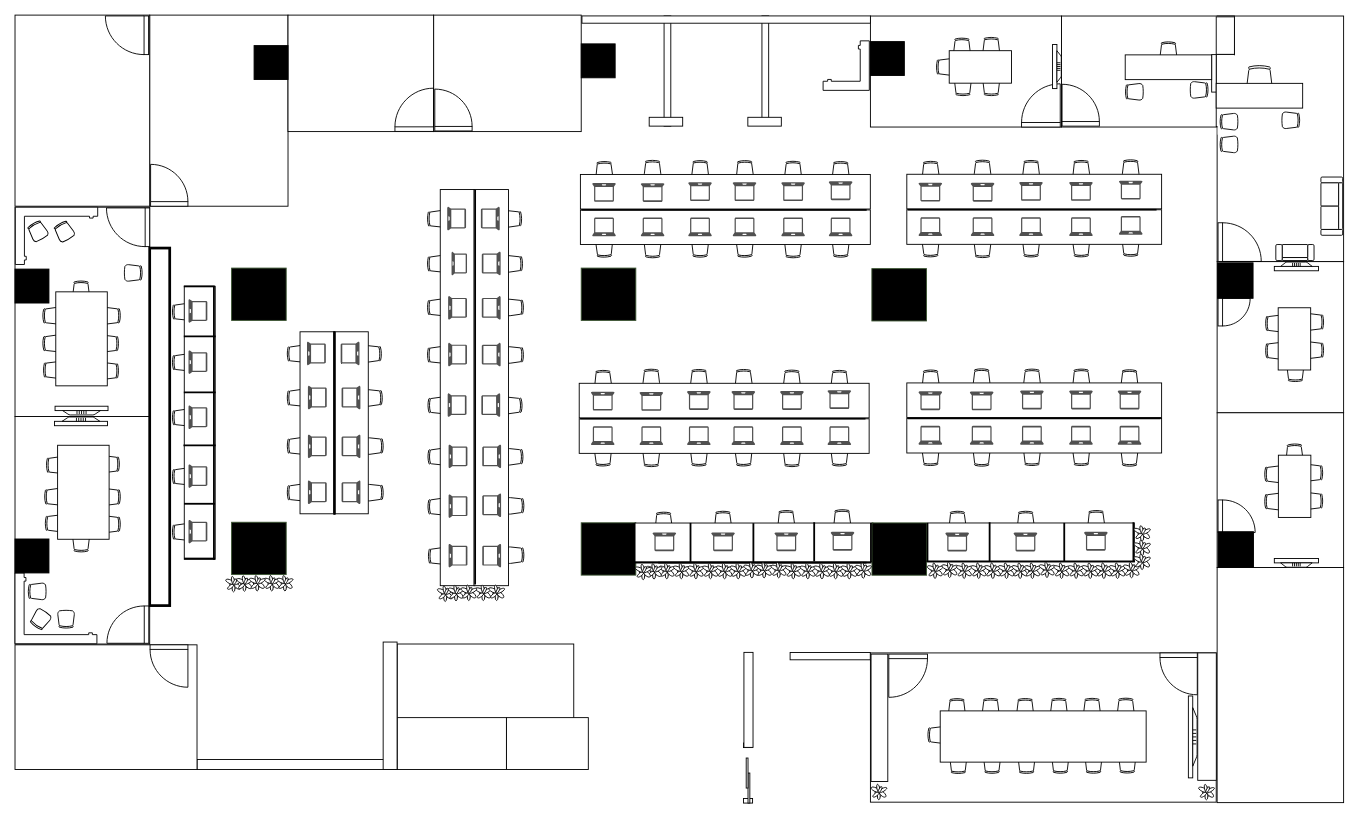
Before: Floor laout.drawio in Bagay-0037/visuals, a draw.io diagram. Source tidied: cells renumbered, new cells numbered last; positions are measured from the earlier drawing's top-left corner, leaving out a move shared by most shapes. Both pictures are drawn from the tidied source at 91%, with x=0, y=0 at pixel (15, 15).
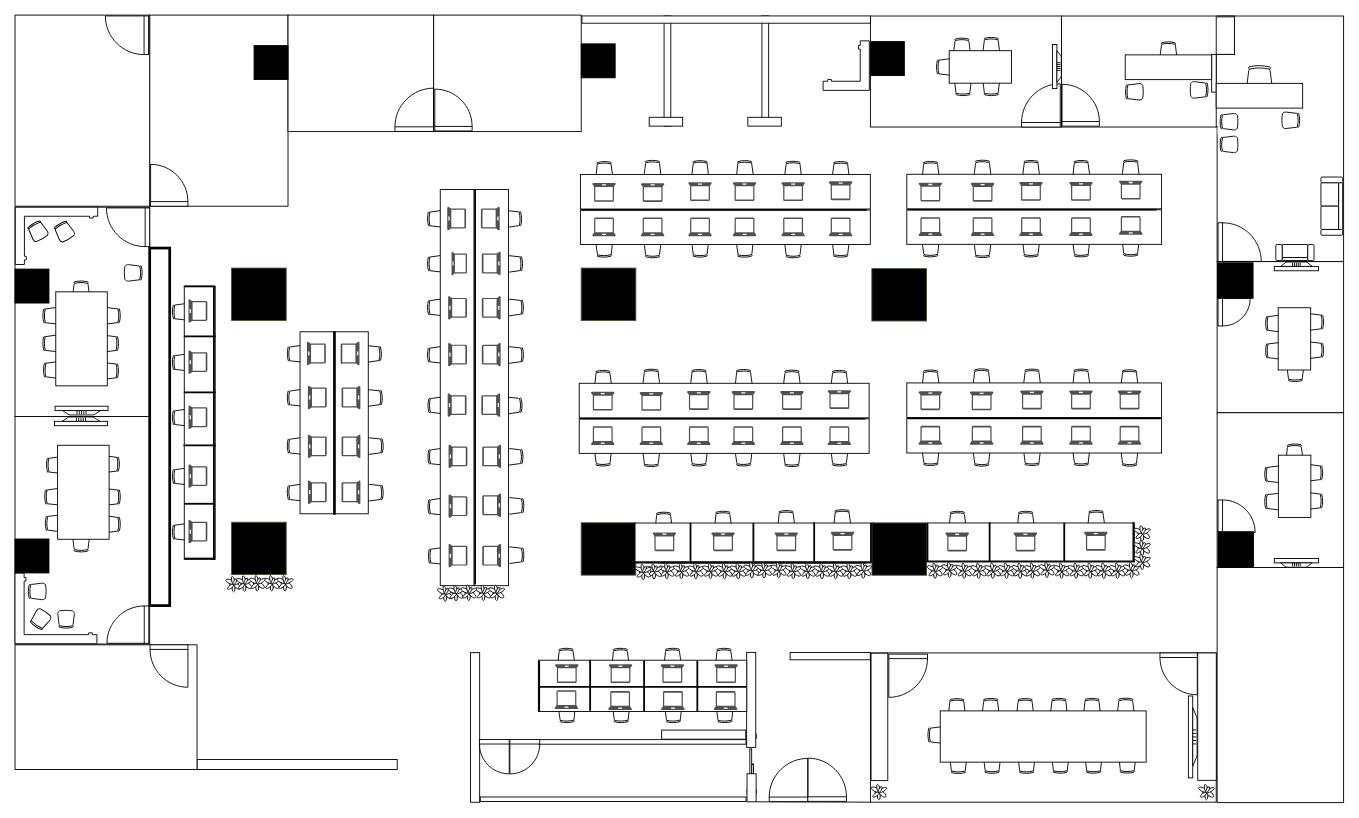
After the change.

The change refers to these unchanged cells:
```xml
<mxCell id="315" style="rounded=0;whiteSpace=wrap;html=1;" parent="1" vertex="1">
  <mxGeometry x="940" y="701" width="380" height="164" as="geometry" />
</mxCell>
```

Diff of the diagram source:
```diff
@@
+    <mxCell id="386" style="verticalLabelPosition=bottom;html=1;verticalAlign=top;align=center;shape=mxgraph.floorplan.office_chair;rotation=-91;flipH=1;legacyAnchorPoints=0;direction=south;flipV=0;" parent="1" vertex="1">
+      <mxGeometry x="596.5" y="758.6" width="20" height="18.6" as="geometry" />
+    </mxCell>
+    <mxCell id="387" style="verticalLabelPosition=bottom;html=1;verticalAlign=top;align=center;shape=mxgraph.floorplan.office_chair;rotation=-91;flipH=1;legacyAnchorPoints=0;direction=south;flipV=0;" parent="1" vertex="1">
+      <mxGeometry x="656.1" y="758.6" width="20" height="18.6" as="geometry" />
+    </mxCell>
+    <mxCell id="388" style="verticalLabelPosition=bottom;html=1;verticalAlign=top;align=center;shape=mxgraph.floorplan.office_chair;rotation=-91;flipH=1;legacyAnchorPoints=0;direction=south;flipV=0;" parent="1" vertex="1">
+      <mxGeometry x="713.4" y="758.6" width="20" height="18.6" as="geometry" />
+    </mxCell>
+    <mxCell id="389" style="verticalLabelPosition=bottom;html=1;verticalAlign=top;align=center;shape=mxgraph.floorplan.office_chair;rotation=-91;flipH=1;legacyAnchorPoints=0;direction=south;flipV=0;" parent="1" vertex="1">
+      <mxGeometry x="770" y="758.6" width="20" height="18.6" as="geometry" />
+    </mxCell>
+    <mxCell id="390" style="verticalLabelPosition=bottom;html=1;verticalAlign=top;align=center;shape=mxgraph.floorplan.office_chair;rotation=-91;flipH=0;legacyAnchorPoints=0;direction=south;flipV=0;" parent="1" vertex="1">
+      <mxGeometry x="595.7" y="696.3" width="20" height="18.6" as="geometry" />
+    </mxCell>
+    <mxCell id="391" style="verticalLabelPosition=bottom;html=1;verticalAlign=top;align=center;shape=mxgraph.floorplan.office_chair;rotation=-91;flipH=0;legacyAnchorPoints=0;direction=south;flipV=0;" parent="1" vertex="1">
+      <mxGeometry x="655.3" y="696.3" width="20" height="18.6" as="geometry" />
+    </mxCell>
+    <mxCell id="392" style="verticalLabelPosition=bottom;html=1;verticalAlign=top;align=center;shape=mxgraph.floorplan.office_chair;rotation=-91;flipH=0;legacyAnchorPoints=0;direction=south;flipV=0;" parent="1" vertex="1">
+      <mxGeometry x="712.6" y="696.3" width="20" height="18.6" as="geometry" />
+    </mxCell>
+    <mxCell id="393" style="verticalLabelPosition=bottom;html=1;verticalAlign=top;align=center;shape=mxgraph.floorplan.office_chair;rotation=-91;flipH=0;legacyAnchorPoints=0;direction=south;flipV=0;" parent="1" vertex="1">
+      <mxGeometry x="769.1" y="696.3" width="20" height="18.6" as="geometry" />
+    </mxCell>
@@
-    <mxCell id="43" style="rounded=0;whiteSpace=wrap;html=1;" parent="1" vertex="1">
-      <mxGeometry x="420" y="691.2" width="194" height="130.9" as="geometry" />
-    </mxCell>
@@
-    <mxCell id="53" style="rounded=0;whiteSpace=wrap;html=1;" parent="1" vertex="1">
-      <mxGeometry x="540" y="772.1" width="90" height="57" as="geometry" />
-    </mxCell>
-    <mxCell id="54" style="rounded=0;whiteSpace=wrap;html=1;" parent="1" vertex="1">
-      <mxGeometry x="420" y="772.1" width="120" height="57" as="geometry" />
-    </mxCell>
@@
     <mxCell id="60" style="rounded=0;whiteSpace=wrap;html=1;direction=west;rotation=90;" parent="1" vertex="1">
-      <mxGeometry x="342.2" y="751.4" width="140" height="15.3" as="geometry" />
+      <mxGeometry x="423.4" y="777.9" width="164.4" height="10" as="geometry" />
     </mxCell>
@@
     <mxCell id="319" style="rounded=0;whiteSpace=wrap;html=1;direction=north;" parent="1" vertex="1">
-      <mxGeometry x="940.7" y="702.3" width="18.4" height="140" as="geometry" />
+      <mxGeometry x="940.7" y="701.3" width="18.4" height="140" as="geometry" />
     </mxCell>
@@
     <mxCell id="384" style="verticalLabelPosition=bottom;html=1;verticalAlign=top;align=center;shape=mxgraph.floorplan.doorSlidingGlass;dx=0.25;rotation=-180;direction=south;" parent="1" vertex="1">
-      <mxGeometry x="801" y="800" width="9" height="66" as="geometry" />
+      <mxGeometry x="805" y="790" width="9" height="66" as="geometry" />
     </mxCell>
     <mxCell id="385" style="rounded=0;whiteSpace=wrap;html=1;direction=west;rotation=90;" parent="1" vertex="1">
-      <mxGeometry x="753.8" y="747.6" width="104.4" height="10" as="geometry" />
+      <mxGeometry x="756.8" y="747.6" width="104.4" height="10" as="geometry" />
     </mxCell>
+    <mxCell id="394" style="rounded=0;whiteSpace=wrap;html=1;direction=west;rotation=90;" parent="1" vertex="1">
+      <mxGeometry x="794" y="844.2" width="30.8" height="10" as="geometry" />
+    </mxCell>
+    <mxCell id="395" style="rounded=0;whiteSpace=wrap;html=1;" parent="1" vertex="1">
+      <mxGeometry x="850" y="811" width="120" as="geometry" />
+    </mxCell>
+    <mxCell id="396" style="endArrow=none;html=1;rounded=0;entryX=0;entryY=1;entryDx=0;entryDy=0;exitX=0;exitY=1;exitDx=0;exitDy=0;" parent="1" edge="1" source="394" target="315">
+      <mxGeometry relative="1" as="geometry" />
+    </mxCell>
+    <mxCell id="397" style="verticalLabelPosition=bottom;html=1;verticalAlign=top;align=center;shape=mxgraph.floorplan.doorLeft;direction=west;" parent="1" vertex="1">
+      <mxGeometry x="828.8" y="819.3" width="42.5" height="45.1" as="geometry" />
+    </mxCell>
+    <mxCell id="398" style="verticalLabelPosition=bottom;html=1;verticalAlign=top;align=center;shape=mxgraph.floorplan.doorRight;direction=west;" parent="1" vertex="1">
+      <mxGeometry x="871.2" y="819" width="42.5" height="45.1" as="geometry" />
+    </mxCell>
+    <mxCell id="399" style="rounded=0;whiteSpace=wrap;html=1;direction=north;rotation=90;" parent="1" vertex="1">
+      <mxGeometry x="686.8" y="684.8" width="5" height="228" as="geometry" />
+    </mxCell>
+    <mxCell id="400" style="rounded=0;whiteSpace=wrap;html=1;direction=north;rotation=90;" parent="1" vertex="1">
+      <mxGeometry x="661.4" y="622.7" width="56.4" height="229" as="geometry" />
+    </mxCell>
+    <mxCell id="401" style="line;strokeWidth=2;direction=north;html=1;rotation=-180;flipH=1;legacyAnchorPoints=0;flipV=1;" parent="1" vertex="1">
+      <mxGeometry x="744.8" y="709.6" width="10" height="56" as="geometry" />
+    </mxCell>
+    <mxCell id="402" style="line;strokeWidth=2;direction=north;html=1;rotation=-180;flipH=1;legacyAnchorPoints=0;flipV=1;" parent="1" vertex="1">
+      <mxGeometry x="686.3" y="709.3" width="10" height="56" as="geometry" />
+    </mxCell>
+    <mxCell id="403" style="line;strokeWidth=2;direction=north;html=1;rotation=-180;flipH=1;legacyAnchorPoints=0;flipV=1;" parent="1" vertex="1">
+      <mxGeometry x="627" y="708.6" width="10" height="56" as="geometry" />
+    </mxCell>
+    <mxCell id="404" style="line;strokeWidth=2;direction=north;html=1;rotation=-180;flipH=1;legacyAnchorPoints=0;flipV=1;" parent="1" vertex="1">
+      <mxGeometry x="571" y="709.6" width="10" height="56" as="geometry" />
+    </mxCell>
+    <mxCell id="405" style="line;strokeWidth=2;direction=east;html=1;rotation=-180;flipH=1;legacyAnchorPoints=0;flipV=1;" parent="1" vertex="1">
+      <mxGeometry x="576" y="733.3" width="228" height="10" as="geometry" />
+    </mxCell>
+    <mxCell id="406" style="sketch=0;shadow=0;dashed=0;html=1;strokeColor=none;fillColor=#505050;labelPosition=center;verticalLabelPosition=bottom;verticalAlign=top;align=center;shape=mxgraph.office.devices.laptop;rotation=90;flipH=0;legacyAnchorPoints=0;direction=south;flipV=0;" parent="1" vertex="1">
+      <mxGeometry x="596" y="710.8" width="20.7" height="26" as="geometry" />
+    </mxCell>
+    <mxCell id="407" style="sketch=0;shadow=0;dashed=0;html=1;strokeColor=none;fillColor=#505050;labelPosition=center;verticalLabelPosition=bottom;verticalAlign=top;align=center;shape=mxgraph.office.devices.laptop;rotation=90;flipH=0;legacyAnchorPoints=0;direction=south;flipV=0;" parent="1" vertex="1">
+      <mxGeometry x="655" y="710.8" width="20.7" height="26" as="geometry" />
+    </mxCell>
+    <mxCell id="408" style="sketch=0;shadow=0;dashed=0;html=1;strokeColor=none;fillColor=#505050;labelPosition=center;verticalLabelPosition=bottom;verticalAlign=top;align=center;shape=mxgraph.office.devices.laptop;rotation=90;flipH=0;legacyAnchorPoints=0;direction=south;flipV=0;" parent="1" vertex="1">
+      <mxGeometry x="712" y="710.8" width="20.7" height="26" as="geometry" />
+    </mxCell>
+    <mxCell id="409" style="sketch=0;shadow=0;dashed=0;html=1;strokeColor=none;fillColor=#505050;labelPosition=center;verticalLabelPosition=bottom;verticalAlign=top;align=center;shape=mxgraph.office.devices.laptop;rotation=90;flipH=0;legacyAnchorPoints=0;direction=south;flipV=0;" parent="1" vertex="1">
+      <mxGeometry x="771" y="710.8" width="20.7" height="26" as="geometry" />
+    </mxCell>
+    <mxCell id="410" style="sketch=0;shadow=0;dashed=0;html=1;strokeColor=none;fillColor=#505050;labelPosition=center;verticalLabelPosition=bottom;verticalAlign=top;align=center;shape=mxgraph.office.devices.laptop;rotation=90;flipH=1;legacyAnchorPoints=0;direction=south;flipV=0;" parent="1" vertex="1">
+      <mxGeometry x="595.6" y="739.3" width="20.7" height="26" as="geometry" />
+    </mxCell>
+    <mxCell id="411" style="sketch=0;shadow=0;dashed=0;html=1;strokeColor=none;fillColor=#505050;labelPosition=center;verticalLabelPosition=bottom;verticalAlign=top;align=center;shape=mxgraph.office.devices.laptop;rotation=90;flipH=1;legacyAnchorPoints=0;direction=south;flipV=0;" parent="1" vertex="1">
+      <mxGeometry x="654.6" y="740.3" width="20.7" height="26" as="geometry" />
+    </mxCell>
+    <mxCell id="412" style="sketch=0;shadow=0;dashed=0;html=1;strokeColor=none;fillColor=#505050;labelPosition=center;verticalLabelPosition=bottom;verticalAlign=top;align=center;shape=mxgraph.office.devices.laptop;rotation=90;flipH=1;legacyAnchorPoints=0;direction=south;flipV=0;" parent="1" vertex="1">
+      <mxGeometry x="712.6" y="740.3" width="20.7" height="26" as="geometry" />
+    </mxCell>
+    <mxCell id="413" style="sketch=0;shadow=0;dashed=0;html=1;strokeColor=none;fillColor=#505050;labelPosition=center;verticalLabelPosition=bottom;verticalAlign=top;align=center;shape=mxgraph.office.devices.laptop;rotation=90;flipH=1;legacyAnchorPoints=0;direction=south;flipV=0;" parent="1" vertex="1">
+      <mxGeometry x="770.6" y="740.3" width="20.7" height="26" as="geometry" />
+    </mxCell>
+    <mxCell id="414" style="rounded=0;whiteSpace=wrap;html=1;direction=north;rotation=90;" parent="1" vertex="1">
+      <mxGeometry x="751.8" y="744.6" width="10" height="92.4" as="geometry" />
+    </mxCell>
+    <mxCell id="415" style="verticalLabelPosition=bottom;html=1;verticalAlign=top;align=center;shape=mxgraph.floorplan.doorLeft;direction=west;rotation=-180;" parent="1" vertex="1">
+      <mxGeometry x="543.8" y="796.1" width="32.8" height="34.9" as="geometry" />
+    </mxCell>
+    <mxCell id="416" style="verticalLabelPosition=bottom;html=1;verticalAlign=top;align=center;shape=mxgraph.floorplan.doorRight;direction=east;" parent="1" vertex="1">
+      <mxGeometry x="510.3" y="796.1" width="32.8" height="34.9" as="geometry" />
+    </mxCell>
+    <mxCell id="417" style="rounded=0;whiteSpace=wrap;html=1;direction=north;rotation=90;" parent="1" vertex="1">
+      <mxGeometry x="654.8" y="715.8" width="5" height="292" as="geometry" />
+    </mxCell>
```
